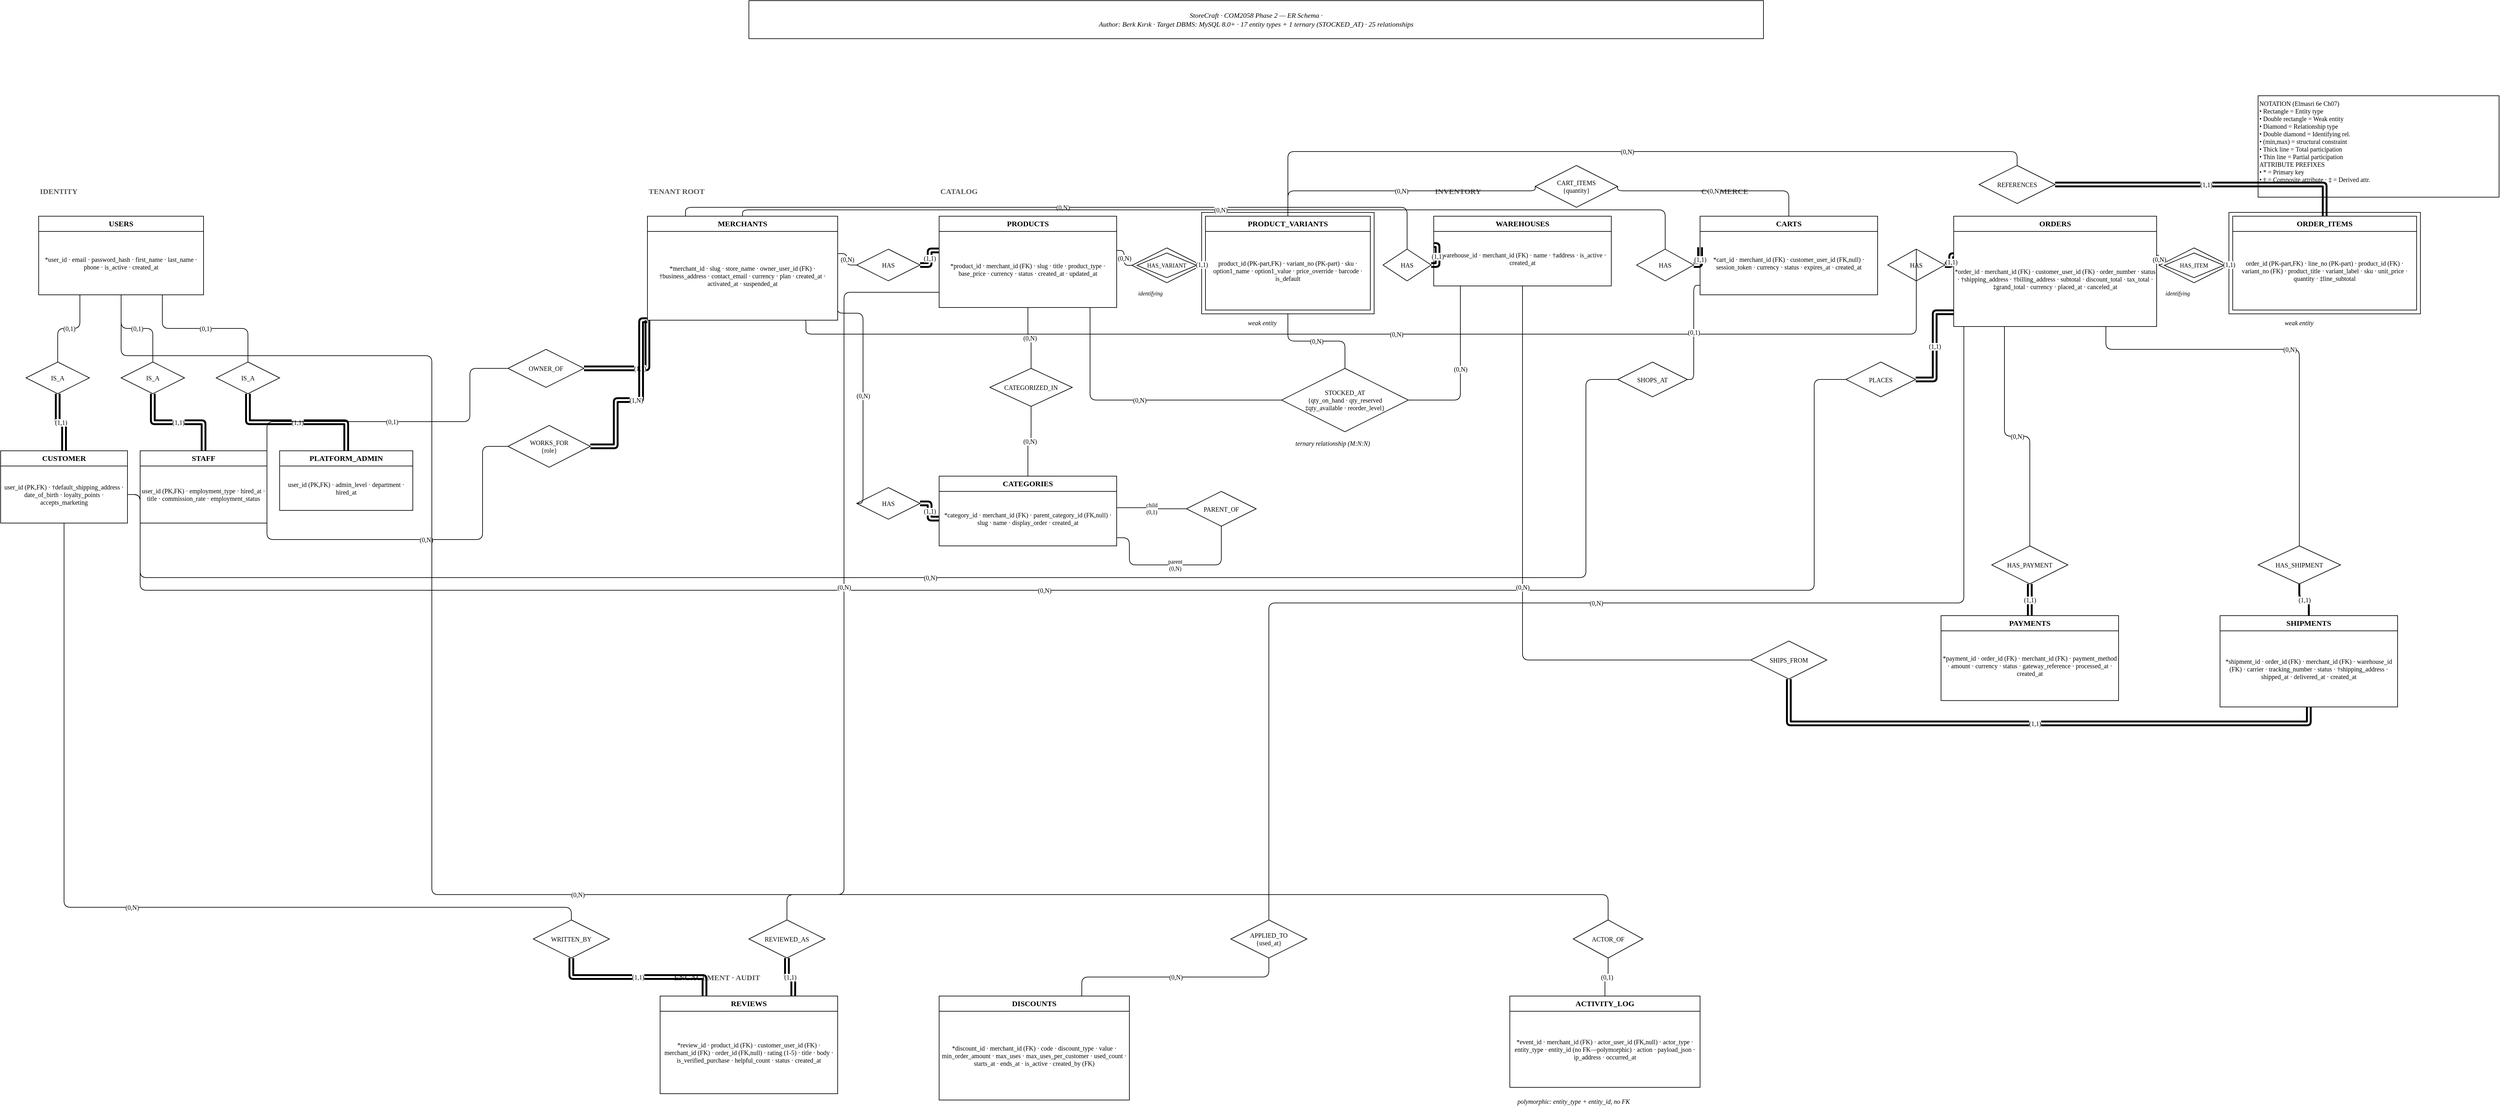
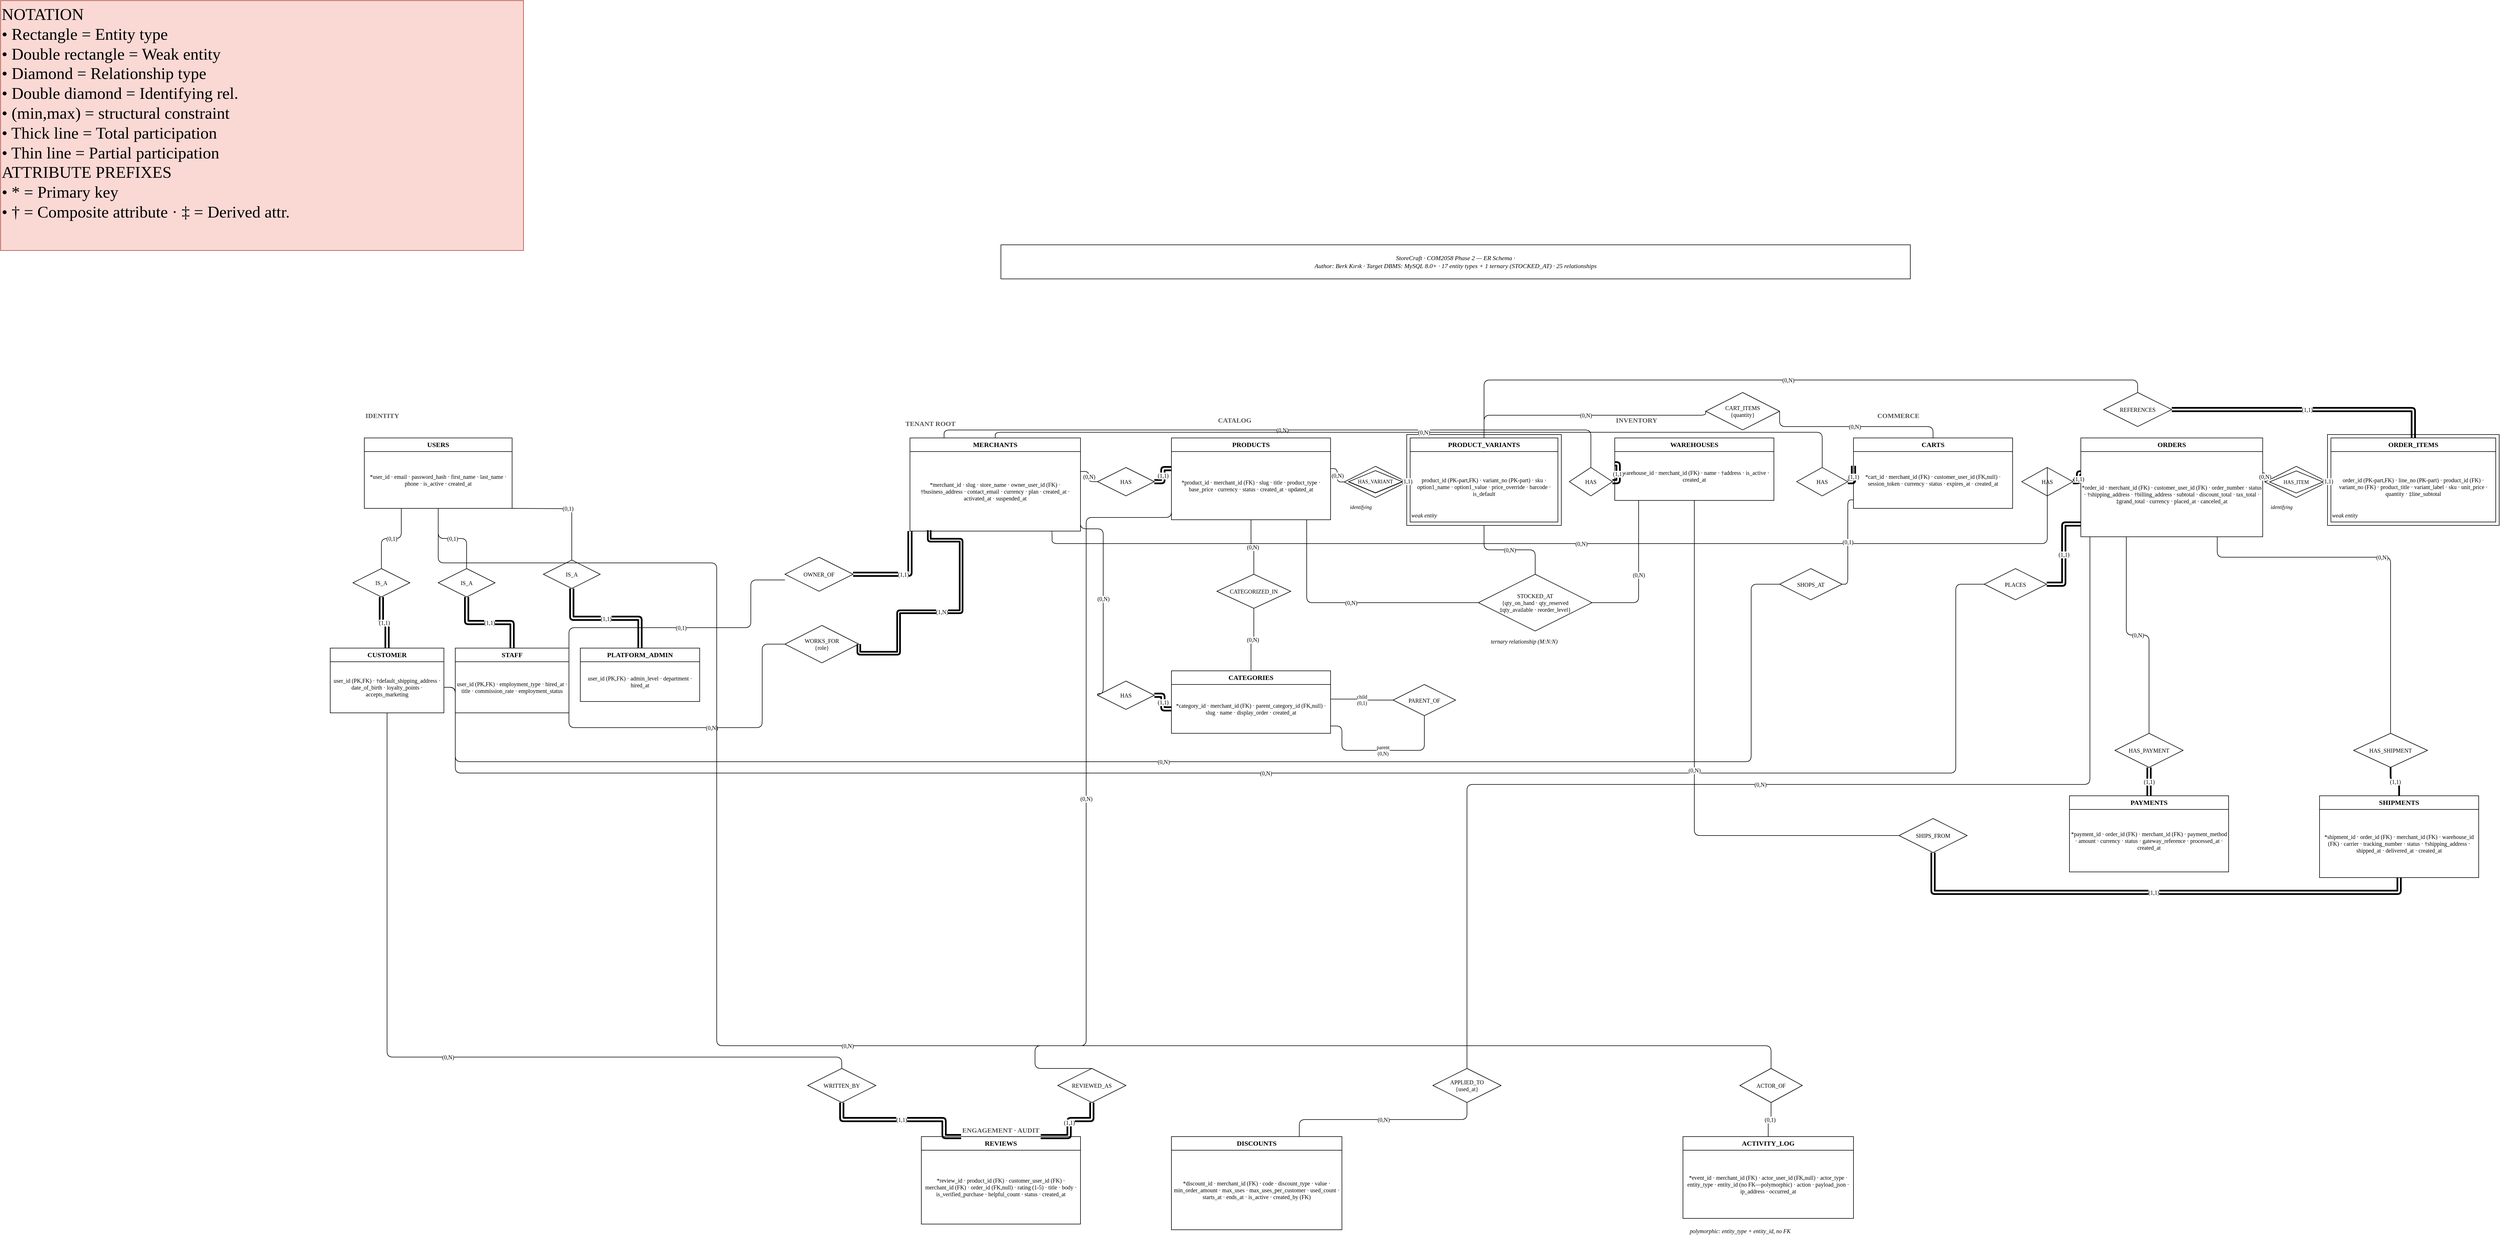
- <mxfile host="drawio-plugin" modified="2026-04-23T12:27:12.647Z" agent="Mozilla/5.0 (Macintosh; Intel Mac OS X 10_15_7) AppleWebKit/537.36 (KHTML, like Gecko) Chrome/137.0.0.0 Safari/537.36" etag="ZQdCOdI5iiJAoO4rLosM" version="22.1.22" type="embed">
+ <mxfile host="drawio-plugin" modified="2026-04-25T19:42:41.586Z" agent="Mozilla/5.0 (Macintosh; Intel Mac OS X 10_15_7) AppleWebKit/537.36 (KHTML, like Gecko) Chrome/137.0.0.0 Safari/537.36" etag="2KdTqELFp_rWn3qyK1-b" version="22.1.22" type="embed">
  <diagram name="1 · ER Schema" id="storecraft-er">
-     <mxGraphModel dx="6180" dy="2247" grid="1" gridSize="10" guides="1" tooltips="1" connect="1" arrows="1" fold="1" page="1" pageScale="1" pageWidth="5000" pageHeight="2600" math="0" shadow="0">
+     <mxGraphModel dx="646" dy="378" grid="1" gridSize="10" guides="1" tooltips="1" connect="1" arrows="1" fold="1" page="1" pageScale="1" pageWidth="5000" pageHeight="2600" math="0" shadow="0">
      <root>
        <mxCell id="0" />
        <mxCell id="1" parent="0" />
-         <mxCell id="p1_legend" value="NOTATION (Elmasri 6e Ch07)&#xa;• Rectangle = Entity type&#xa;• Double rectangle = Weak entity&#xa;• Diamond = Relationship type&#xa;• Double diamond = Identifying rel.&#xa;• (min,max) = structural constraint&#xa;• Thick line = Total participation&#xa;• Thin line = Partial participation&#xa;ATTRIBUTE PREFIXES&#xa;• * = Primary key&#xa;• † = Composite attribute · ‡ = Derived attr." style="text;html=1;strokeColor=#000000;fillColor=#ffffff;align=left;verticalAlign=top;whiteSpace=wrap;rounded=0;fontSize=10;fontFamily=Times New Roman" parent="1" vertex="1">
-           <mxGeometry x="4200" y="700" width="380" height="160" as="geometry" />
+         <mxCell id="p1_legend" value="&lt;font style=&quot;font-size: 29px;&quot;&gt;NOTATION&amp;nbsp;&lt;br&gt;• Rectangle = Entity type&lt;br&gt;• Double rectangle = Weak entity&lt;br&gt;• Diamond = Relationship type&lt;br&gt;• Double diamond = Identifying rel.&lt;br&gt;• (min,max) = structural constraint&lt;br&gt;• Thick line = Total participation&lt;br&gt;• Thin line = Partial participation&lt;br&gt;ATTRIBUTE PREFIXES&lt;br&gt;• * = Primary key&lt;br&gt;• † = Composite attribute · ‡ = Derived attr.&lt;/font&gt;" style="text;html=1;strokeColor=#ae4132;fillColor=#fad9d5;align=left;verticalAlign=top;whiteSpace=wrap;rounded=0;fontSize=10;fontFamily=Times New Roman" parent="1" vertex="1">
+           <mxGeometry x="60" y="120" width="920" height="440" as="geometry" />
        </mxCell>
        <mxCell id="p1_footer" value="StoreCraft · COM2058 Phase 2 — ER Schema ·&lt;br&gt;Author: Berk Kırık · Target DBMS: MySQL 8.0+ · 17 entity types + 1 ternary (STOCKED_AT) · 25 relationships" style="text;html=1;strokeColor=#000000;fillColor=#ffffff;align=center;verticalAlign=middle;whiteSpace=wrap;rounded=0;fontSize=11;fontStyle=2;fontFamily=Times New Roman" parent="1" vertex="1">
          <mxGeometry x="1820" y="550" width="1600" height="60" as="geometry" />
        </mxCell>
        <mxCell id="zone_identity" value="IDENTITY" style="text;html=1;strokeColor=none;fillColor=none;align=left;verticalAlign=middle;fontSize=12;fontStyle=1;fontFamily=Times New Roman;fontColor=#555555" parent="1" vertex="1">
          <mxGeometry x="700" y="840" width="200" height="22" as="geometry" />
        </mxCell>
        <mxCell id="zone_tenant" value="TENANT ROOT" style="text;html=1;strokeColor=none;fillColor=none;align=left;verticalAlign=middle;fontSize=12;fontStyle=1;fontFamily=Times New Roman;fontColor=#555555" parent="1" vertex="1">
-           <mxGeometry x="1660" y="840" width="200" height="22" as="geometry" />
+           <mxGeometry x="1650" y="854" width="200" height="22" as="geometry" />
        </mxCell>
        <mxCell id="zone_catalog" value="CATALOG" style="text;html=1;strokeColor=none;fillColor=none;align=left;verticalAlign=middle;fontSize=12;fontStyle=1;fontFamily=Times New Roman;fontColor=#555555" parent="1" vertex="1">
-           <mxGeometry x="2120" y="840" width="200" height="22" as="geometry" />
+           <mxGeometry x="2200" y="848" width="200" height="22" as="geometry" />
        </mxCell>
        <mxCell id="zone_inventory" value="INVENTORY" style="text;html=1;strokeColor=none;fillColor=none;align=left;verticalAlign=middle;fontSize=12;fontStyle=1;fontFamily=Times New Roman;fontColor=#555555" parent="1" vertex="1">
-           <mxGeometry x="2900" y="840" width="200" height="22" as="geometry" />
+           <mxGeometry x="2900" y="848" width="200" height="22" as="geometry" />
        </mxCell>
        <mxCell id="zone_commerce" value="COMMERCE" style="text;html=1;strokeColor=none;fillColor=none;align=left;verticalAlign=middle;fontSize=12;fontStyle=1;fontFamily=Times New Roman;fontColor=#555555" parent="1" vertex="1">
-           <mxGeometry x="3320" y="840" width="200" height="22" as="geometry" />
+           <mxGeometry x="3360" y="840" width="200" height="22" as="geometry" />
        </mxCell>
        <mxCell id="zone_engagement" value="ENGAGEMENT · AUDIT" style="text;html=1;strokeColor=none;fillColor=none;align=left;verticalAlign=middle;fontSize=12;fontStyle=1;fontFamily=Times New Roman;fontColor=#555555" parent="1" vertex="1">
-           <mxGeometry x="1700" y="2080" width="300" height="22" as="geometry" />
+           <mxGeometry x="1750" y="2098" width="300" height="22" as="geometry" />
        </mxCell>
        <mxCell id="e_users_title" value="USERS" style="rounded=0;whiteSpace=wrap;html=1;fillColor=#ffffff;strokeColor=#000000;fontStyle=1;fontSize=12;align=center;verticalAlign=middle;fontFamily=Times New Roman" parent="1" vertex="1">
          <mxGeometry x="700" y="890" width="260" height="24" as="geometry" />
        </mxCell>
        <mxCell id="e_users" value="*user_id · email · password_hash · first_name · last_name · phone · is_active · created_at" style="rounded=0;whiteSpace=wrap;html=1;fillColor=#ffffff;strokeColor=#000000;fontSize=10;align=center;verticalAlign=middle;fontFamily=Times New Roman" parent="1" vertex="1">
          <mxGeometry x="700" y="914" width="260" height="100" as="geometry" />
        </mxCell>
        <mxCell id="e_merch_title" value="MERCHANTS" style="rounded=0;whiteSpace=wrap;html=1;fillColor=#ffffff;strokeColor=#000000;fontStyle=1;fontSize=12;align=center;verticalAlign=middle;fontFamily=Times New Roman" parent="1" vertex="1">
          <mxGeometry x="1660" y="890" width="300" height="24" as="geometry" />
        </mxCell>
        <mxCell id="e_merch" value="*merchant_id · slug · store_name · owner_user_id (FK) · †business_address · contact_email · currency · plan · created_at · activated_at · suspended_at" style="rounded=0;whiteSpace=wrap;html=1;fillColor=#ffffff;strokeColor=#000000;fontSize=10;align=center;verticalAlign=middle;fontFamily=Times New Roman" parent="1" vertex="1">
          <mxGeometry x="1660" y="914" width="300" height="140" as="geometry" />
        </mxCell>
        <mxCell id="e_prod_title" value="PRODUCTS" style="rounded=0;whiteSpace=wrap;html=1;fillColor=#ffffff;strokeColor=#000000;fontStyle=1;fontSize=12;align=center;verticalAlign=middle;fontFamily=Times New Roman" parent="1" vertex="1">
          <mxGeometry x="2120" y="890" width="280" height="24" as="geometry" />
        </mxCell>
        <mxCell id="e_prod" value="*product_id · merchant_id (FK) · slug · title · product_type · base_price · currency · status · created_at · updated_at" style="rounded=0;whiteSpace=wrap;html=1;fillColor=#ffffff;strokeColor=#000000;fontSize=10;align=center;verticalAlign=middle;fontFamily=Times New Roman" parent="1" vertex="1">
          <mxGeometry x="2120" y="914" width="280" height="120" as="geometry" />
        </mxCell>
        <mxCell id="e_pv_outer" value="" style="rounded=0;whiteSpace=wrap;html=1;fillColor=none;strokeColor=#000000;strokeWidth=1" parent="1" vertex="1">
          <mxGeometry x="2534" y="884" width="272" height="160" as="geometry" />
        </mxCell>
        <mxCell id="e_pv_title" value="PRODUCT_VARIANTS" style="rounded=0;whiteSpace=wrap;html=1;fillColor=#ffffff;strokeColor=#000000;fontStyle=1;fontSize=12;align=center;verticalAlign=middle;fontFamily=Times New Roman" parent="1" vertex="1">
          <mxGeometry x="2540" y="890" width="260" height="24" as="geometry" />
        </mxCell>
        <mxCell id="e_pv" value="product_id (PK-part,FK) · variant_no (PK-part) · sku · option1_name · option1_value · price_override · barcode · is_default" style="rounded=0;whiteSpace=wrap;html=1;fillColor=#ffffff;strokeColor=#000000;fontSize=10;align=center;verticalAlign=middle;fontFamily=Times New Roman" parent="1" vertex="1">
          <mxGeometry x="2540" y="914" width="260" height="124" as="geometry" />
        </mxCell>
        <mxCell id="p1_pv_lbl" value="weak entity" style="text;html=1;strokeColor=none;fillColor=none;fontSize=10;fontStyle=2;fontFamily=Times New Roman" parent="1" vertex="1">
-           <mxGeometry x="2605" y="1046" width="130" height="20" as="geometry" />
+           <mxGeometry x="2540" y="1014" width="130" height="20" as="geometry" />
        </mxCell>
        <mxCell id="e_wh_title" value="WAREHOUSES" style="rounded=0;whiteSpace=wrap;html=1;fillColor=#ffffff;strokeColor=#000000;fontStyle=1;fontSize=12;align=center;verticalAlign=middle;fontFamily=Times New Roman" parent="1" vertex="1">
          <mxGeometry x="2900" y="890" width="280" height="24" as="geometry" />
        </mxCell>
        <mxCell id="e_wh" value="*warehouse_id · merchant_id (FK) · name · †address · is_active · created_at" style="rounded=0;whiteSpace=wrap;html=1;fillColor=#ffffff;strokeColor=#000000;fontSize=10;align=center;verticalAlign=middle;fontFamily=Times New Roman" parent="1" vertex="1">
          <mxGeometry x="2900" y="914" width="280" height="86" as="geometry" />
        </mxCell>
        <mxCell id="e_cart_title" value="CARTS" style="rounded=0;whiteSpace=wrap;html=1;fillColor=#ffffff;strokeColor=#000000;fontStyle=1;fontSize=12;align=center;verticalAlign=middle;fontFamily=Times New Roman" parent="1" vertex="1">
          <mxGeometry x="3320" y="890" width="280" height="24" as="geometry" />
        </mxCell>
        <mxCell id="e_cart" value="*cart_id · merchant_id (FK) · customer_user_id (FK,null) · session_token · currency · status · expires_at · created_at" style="rounded=0;whiteSpace=wrap;html=1;fillColor=#ffffff;strokeColor=#000000;fontSize=10;align=center;verticalAlign=middle;fontFamily=Times New Roman" parent="1" vertex="1">
          <mxGeometry x="3320" y="914" width="280" height="100" as="geometry" />
        </mxCell>
        <mxCell id="e_ord_title" value="ORDERS" style="rounded=0;whiteSpace=wrap;html=1;fillColor=#ffffff;strokeColor=#000000;fontStyle=1;fontSize=12;align=center;verticalAlign=middle;fontFamily=Times New Roman" parent="1" vertex="1">
          <mxGeometry x="3720" y="890" width="320" height="24" as="geometry" />
        </mxCell>
        <mxCell id="e_ord" value="*order_id · merchant_id (FK) · customer_user_id (FK) · order_number · status · †shipping_address · †billing_address · subtotal · discount_total · tax_total · ‡grand_total · currency · placed_at · canceled_at" style="rounded=0;whiteSpace=wrap;html=1;fillColor=#ffffff;strokeColor=#000000;fontSize=10;align=center;verticalAlign=middle;fontFamily=Times New Roman" parent="1" vertex="1">
          <mxGeometry x="3720" y="914" width="320" height="150" as="geometry" />
        </mxCell>
        <mxCell id="e_oi_outer" value="" style="rounded=0;whiteSpace=wrap;html=1;fillColor=none;strokeColor=#000000;strokeWidth=1" parent="1" vertex="1">
          <mxGeometry x="4154" y="884" width="302" height="160" as="geometry" />
        </mxCell>
        <mxCell id="e_oi_title" value="ORDER_ITEMS" style="rounded=0;whiteSpace=wrap;html=1;fillColor=#ffffff;strokeColor=#000000;fontStyle=1;fontSize=12;align=center;verticalAlign=middle;fontFamily=Times New Roman" parent="1" vertex="1">
          <mxGeometry x="4160" y="890" width="290" height="24" as="geometry" />
        </mxCell>
        <mxCell id="e_oi" value="order_id (PK-part,FK) · line_no (PK-part) · product_id (FK) · variant_no (FK) · product_title · variant_label · sku · unit_price · quantity · ‡line_subtotal" style="rounded=0;whiteSpace=wrap;html=1;fillColor=#ffffff;strokeColor=#000000;fontSize=10;align=center;verticalAlign=middle;fontFamily=Times New Roman" parent="1" vertex="1">
          <mxGeometry x="4160" y="914" width="290" height="124" as="geometry" />
        </mxCell>
        <mxCell id="p1_oi_lbl" value="weak entity" style="text;html=1;strokeColor=none;fillColor=none;fontSize=10;fontStyle=2;fontFamily=Times New Roman" parent="1" vertex="1">
-           <mxGeometry x="4240" y="1046" width="130" height="20" as="geometry" />
+           <mxGeometry x="4160" y="1014" width="130" height="20" as="geometry" />
        </mxCell>
        <mxCell id="r_hasprod" value="HAS" style="rhombus;whiteSpace=wrap;html=1;fillColor=#ffffff;strokeColor=#000000;fontSize=10;fontFamily=Times New Roman" parent="1" vertex="1">
          <mxGeometry x="1990" y="942" width="100" height="50" as="geometry" />
        </mxCell>
        <mxCell id="r_hasvar_outer" value="" style="rhombus;whiteSpace=wrap;html=1;fillColor=none;strokeColor=#000000;strokeWidth=1" parent="1" vertex="1">
          <mxGeometry x="2424" y="940" width="110" height="55" as="geometry" />
        </mxCell>
        <mxCell id="r_hasvar_inner" value="HAS_VARIANT" style="rhombus;whiteSpace=wrap;html=1;fillColor=#ffffff;strokeColor=#000000;fontSize=9;fontFamily=Times New Roman" parent="1" vertex="1">
          <mxGeometry x="2432" y="948" width="94" height="39" as="geometry" />
        </mxCell>
        <mxCell id="p1_hasvar_lbl" value="identifying" style="text;html=1;strokeColor=none;fillColor=none;fontSize=9;fontStyle=2;fontFamily=Times New Roman" parent="1" vertex="1">
          <mxGeometry x="2432" y="1000" width="100" height="20" as="geometry" />
        </mxCell>
        <mxCell id="r_haswh" value="HAS" style="rhombus;whiteSpace=wrap;html=1;fillColor=#ffffff;strokeColor=#000000;fontSize=10;fontFamily=Times New Roman" parent="1" vertex="1">
          <mxGeometry x="2820" y="942" width="76" height="50" as="geometry" />
        </mxCell>
        <mxCell id="r_hascart" value="HAS" style="rhombus;whiteSpace=wrap;html=1;fillColor=#ffffff;strokeColor=#000000;fontSize=10;fontFamily=Times New Roman" parent="1" vertex="1">
          <mxGeometry x="3220" y="942" width="90" height="50" as="geometry" />
        </mxCell>
        <mxCell id="r_hasorder" value="HAS" style="rhombus;whiteSpace=wrap;html=1;fillColor=#ffffff;strokeColor=#000000;fontSize=10;fontFamily=Times New Roman" parent="1" vertex="1">
          <mxGeometry x="3616" y="942" width="90" height="50" as="geometry" />
        </mxCell>
        <mxCell id="r_hasitem_outer" value="" style="rhombus;whiteSpace=wrap;html=1;fillColor=none;strokeColor=#000000;strokeWidth=1" parent="1" vertex="1">
          <mxGeometry x="4044" y="940" width="110" height="55" as="geometry" />
        </mxCell>
        <mxCell id="r_hasitem_inner" value="HAS_ITEM" style="rhombus;whiteSpace=wrap;html=1;fillColor=#ffffff;strokeColor=#000000;fontSize=9;fontFamily=Times New Roman" parent="1" vertex="1">
          <mxGeometry x="4052" y="948" width="94" height="39" as="geometry" />
        </mxCell>
        <mxCell id="p1_hasitem_lbl" value="identifying" style="text;html=1;strokeColor=none;fillColor=none;fontSize=9;fontStyle=2;fontFamily=Times New Roman" parent="1" vertex="1">
          <mxGeometry x="4052" y="1000" width="100" height="20" as="geometry" />
        </mxCell>
        <mxCell id="r_isa_cust" value="IS_A" style="rhombus;whiteSpace=wrap;html=1;fillColor=#ffffff;strokeColor=#000000;fontSize=10;fontFamily=Times New Roman" parent="1" vertex="1">
          <mxGeometry x="680" y="1120" width="100" height="50" as="geometry" />
        </mxCell>
        <mxCell id="r_isa_staff" value="IS_A" style="rhombus;whiteSpace=wrap;html=1;fillColor=#ffffff;strokeColor=#000000;fontSize=10;fontFamily=Times New Roman" parent="1" vertex="1">
          <mxGeometry x="830" y="1120" width="100" height="50" as="geometry" />
        </mxCell>
        <mxCell id="r_isa_pa" value="IS_A" style="rhombus;whiteSpace=wrap;html=1;fillColor=#ffffff;strokeColor=#000000;fontSize=10;fontFamily=Times New Roman" parent="1" vertex="1">
-           <mxGeometry x="980" y="1120" width="100" height="50" as="geometry" />
+           <mxGeometry x="1015" y="1105" width="100" height="50" as="geometry" />
        </mxCell>
        <mxCell id="e_cust_title" value="CUSTOMER" style="rounded=0;whiteSpace=wrap;html=1;fillColor=#ffffff;strokeColor=#000000;fontStyle=1;fontSize=12;align=center;verticalAlign=middle;fontFamily=Times New Roman" parent="1" vertex="1">
          <mxGeometry x="640" y="1260" width="200" height="24" as="geometry" />
        </mxCell>
        <mxCell id="e_cust" value="user_id (PK,FK) · †default_shipping_address · date_of_birth · loyalty_points · accepts_marketing" style="rounded=0;whiteSpace=wrap;html=1;fillColor=#ffffff;strokeColor=#000000;fontSize=10;align=center;verticalAlign=middle;fontFamily=Times New Roman" parent="1" vertex="1">
          <mxGeometry x="640" y="1284" width="200" height="90" as="geometry" />
        </mxCell>
        <mxCell id="e_staff_title" value="STAFF" style="rounded=0;whiteSpace=wrap;html=1;fillColor=#ffffff;strokeColor=#000000;fontStyle=1;fontSize=12;align=center;verticalAlign=middle;fontFamily=Times New Roman" parent="1" vertex="1">
          <mxGeometry x="860" y="1260" width="200" height="24" as="geometry" />
        </mxCell>
        <mxCell id="e_staff" value="user_id (PK,FK) · employment_type · hired_at · title · commission_rate · employment_status" style="rounded=0;whiteSpace=wrap;html=1;fillColor=#ffffff;strokeColor=#000000;fontSize=10;align=center;verticalAlign=middle;fontFamily=Times New Roman" parent="1" vertex="1">
          <mxGeometry x="860" y="1284" width="200" height="90" as="geometry" />
        </mxCell>
        <mxCell id="e_pa_title" value="PLATFORM_ADMIN" style="rounded=0;whiteSpace=wrap;html=1;fillColor=#ffffff;strokeColor=#000000;fontStyle=1;fontSize=12;align=center;verticalAlign=middle;fontFamily=Times New Roman" parent="1" vertex="1">
          <mxGeometry x="1080" y="1260" width="210" height="24" as="geometry" />
        </mxCell>
        <mxCell id="e_pa" value="user_id (PK,FK) · admin_level · department · hired_at" style="rounded=0;whiteSpace=wrap;html=1;fillColor=#ffffff;strokeColor=#000000;fontSize=10;align=center;verticalAlign=middle;fontFamily=Times New Roman" parent="1" vertex="1">
          <mxGeometry x="1080" y="1284" width="210" height="70" as="geometry" />
        </mxCell>
        <mxCell id="r_ownerof" value="OWNER_OF" style="rhombus;whiteSpace=wrap;html=1;fillColor=#ffffff;strokeColor=#000000;fontSize=10;fontFamily=Times New Roman" parent="1" vertex="1">
          <mxGeometry x="1440" y="1100" width="120" height="60" as="geometry" />
        </mxCell>
        <mxCell id="r_worksfor" value="WORKS_FOR&#xa;{role}" style="rhombus;whiteSpace=wrap;html=1;fillColor=#ffffff;strokeColor=#000000;fontSize=10;fontFamily=Times New Roman" parent="1" vertex="1">
          <mxGeometry x="1440" y="1220" width="130" height="66" as="geometry" />
        </mxCell>
        <mxCell id="r_catin" value="CATEGORIZED_IN" style="rhombus;whiteSpace=wrap;html=1;fillColor=#ffffff;strokeColor=#000000;fontSize=10;fontFamily=Times New Roman" parent="1" vertex="1">
          <mxGeometry x="2200" y="1130" width="130" height="60" as="geometry" />
        </mxCell>
        <mxCell id="r_hascat" value="HAS" style="rhombus;whiteSpace=wrap;html=1;fillColor=#ffffff;strokeColor=#000000;fontSize=10;fontFamily=Times New Roman" parent="1" vertex="1">
          <mxGeometry x="1990" y="1318" width="100" height="50" as="geometry" />
        </mxCell>
        <mxCell id="e_cat_title" value="CATEGORIES" style="rounded=0;whiteSpace=wrap;html=1;fillColor=#ffffff;strokeColor=#000000;fontStyle=1;fontSize=12;align=center;verticalAlign=middle;fontFamily=Times New Roman" parent="1" vertex="1">
          <mxGeometry x="2120" y="1300" width="280" height="24" as="geometry" />
        </mxCell>
        <mxCell id="e_cat" value="*category_id · merchant_id (FK) · parent_category_id (FK,null) · slug · name · display_order · created_at" style="rounded=0;whiteSpace=wrap;html=1;fillColor=#ffffff;strokeColor=#000000;fontSize=10;align=center;verticalAlign=middle;fontFamily=Times New Roman" parent="1" vertex="1">
          <mxGeometry x="2120" y="1324" width="280" height="86" as="geometry" />
        </mxCell>
        <mxCell id="r_parentof" value="PARENT_OF" style="rhombus;whiteSpace=wrap;html=1;fillColor=#ffffff;strokeColor=#000000;fontSize=10;fontFamily=Times New Roman" parent="1" vertex="1">
          <mxGeometry x="2510" y="1324" width="110" height="55" as="geometry" />
        </mxCell>
        <mxCell id="r_stocked" value="STOCKED_AT&#xa;{qty_on_hand · qty_reserved&#xa;‡qty_available · reorder_level}" style="rhombus;whiteSpace=wrap;html=1;fillColor=#ffffff;strokeColor=#000000;fontSize=10;fontFamily=Times New Roman" parent="1" vertex="1">
          <mxGeometry x="2660" y="1130" width="200" height="100" as="geometry" />
        </mxCell>
        <mxCell id="p1_stocked_lbl" value="ternary relationship (M:N:N)" style="text;html=1;strokeColor=none;fillColor=none;fontSize=10;fontStyle=2;fontFamily=Times New Roman" parent="1" vertex="1">
          <mxGeometry x="2680" y="1236" width="180" height="20" as="geometry" />
        </mxCell>
        <mxCell id="r_ownscart" value="SHOPS_AT" style="rhombus;whiteSpace=wrap;html=1;fillColor=#ffffff;strokeColor=#000000;fontSize=10;fontFamily=Times New Roman" parent="1" vertex="1">
          <mxGeometry x="3190" y="1120" width="110" height="55" as="geometry" />
        </mxCell>
        <mxCell id="r_places" value="PLACES" style="rhombus;whiteSpace=wrap;html=1;fillColor=#ffffff;strokeColor=#000000;fontSize=10;fontFamily=Times New Roman" parent="1" vertex="1">
          <mxGeometry x="3550" y="1120" width="110" height="55" as="geometry" />
        </mxCell>
        <mxCell id="r_cartitems" value="CART_ITEMS&#xa;{quantity}" style="rhombus;whiteSpace=wrap;html=1;fillColor=#ffffff;strokeColor=#000000;fontSize=10;fontFamily=Times New Roman" parent="1" vertex="1">
          <mxGeometry x="3060" y="810" width="130" height="66" as="geometry" />
        </mxCell>
        <mxCell id="r_refsvar" value="REFERENCES" style="rhombus;whiteSpace=wrap;html=1;fillColor=#ffffff;strokeColor=#000000;fontSize=10;fontFamily=Times New Roman" parent="1" vertex="1">
          <mxGeometry x="3760" y="810" width="120" height="60" as="geometry" />
        </mxCell>
        <mxCell id="r_haspay" value="HAS_PAYMENT" style="rhombus;whiteSpace=wrap;html=1;fillColor=#ffffff;strokeColor=#000000;fontSize=10;fontFamily=Times New Roman" parent="1" vertex="1">
          <mxGeometry x="3780" y="1410" width="120" height="60" as="geometry" />
        </mxCell>
        <mxCell id="r_hasship" value="HAS_SHIPMENT" style="rhombus;whiteSpace=wrap;html=1;fillColor=#ffffff;strokeColor=#000000;fontSize=10;fontFamily=Times New Roman" parent="1" vertex="1">
          <mxGeometry x="4200" y="1410" width="130" height="60" as="geometry" />
        </mxCell>
        <mxCell id="e_pay_title" value="PAYMENTS" style="rounded=0;whiteSpace=wrap;html=1;fillColor=#ffffff;strokeColor=#000000;fontStyle=1;fontSize=12;align=center;verticalAlign=middle;fontFamily=Times New Roman" parent="1" vertex="1">
          <mxGeometry x="3700" y="1520" width="280" height="24" as="geometry" />
        </mxCell>
        <mxCell id="e_pay" value="*payment_id · order_id (FK) · merchant_id (FK) · payment_method · amount · currency · status · gateway_reference · processed_at · created_at" style="rounded=0;whiteSpace=wrap;html=1;fillColor=#ffffff;strokeColor=#000000;fontSize=10;align=center;verticalAlign=middle;fontFamily=Times New Roman" parent="1" vertex="1">
          <mxGeometry x="3700" y="1544" width="280" height="110" as="geometry" />
        </mxCell>
        <mxCell id="e_ship_title" value="SHIPMENTS" style="rounded=0;whiteSpace=wrap;html=1;fillColor=#ffffff;strokeColor=#000000;fontStyle=1;fontSize=12;align=center;verticalAlign=middle;fontFamily=Times New Roman" parent="1" vertex="1">
          <mxGeometry x="4140" y="1520" width="280" height="24" as="geometry" />
        </mxCell>
        <mxCell id="e_ship" value="*shipment_id · order_id (FK) · merchant_id (FK) · warehouse_id (FK) · carrier · tracking_number · status · †shipping_address · shipped_at · delivered_at · created_at" style="rounded=0;whiteSpace=wrap;html=1;fillColor=#ffffff;strokeColor=#000000;fontSize=10;align=center;verticalAlign=middle;fontFamily=Times New Roman" parent="1" vertex="1">
          <mxGeometry x="4140" y="1544" width="280" height="120" as="geometry" />
        </mxCell>
        <mxCell id="r_shipsfrom" value="SHIPS_FROM" style="rhombus;whiteSpace=wrap;html=1;fillColor=#ffffff;strokeColor=#000000;fontSize=10;fontFamily=Times New Roman" parent="1" vertex="1">
          <mxGeometry x="3400" y="1560" width="120" height="60" as="geometry" />
        </mxCell>
        <mxCell id="r_about" value="REVIEWED_AS" style="rhombus;whiteSpace=wrap;html=1;fillColor=#ffffff;strokeColor=#000000;fontSize=10;fontFamily=Times New Roman" parent="1" vertex="1">
-           <mxGeometry x="1820" y="2000" width="120" height="60" as="geometry" />
+           <mxGeometry x="1920" y="2000" width="120" height="60" as="geometry" />
        </mxCell>
        <mxCell id="r_writtenby" value="WRITTEN_BY" style="rhombus;whiteSpace=wrap;html=1;fillColor=#ffffff;strokeColor=#000000;fontSize=10;fontFamily=Times New Roman" parent="1" vertex="1">
          <mxGeometry x="1480" y="2000" width="120" height="60" as="geometry" />
        </mxCell>
        <mxCell id="e_rev_title" value="REVIEWS" style="rounded=0;whiteSpace=wrap;html=1;fillColor=#ffffff;strokeColor=#000000;fontStyle=1;fontSize=12;align=center;verticalAlign=middle;fontFamily=Times New Roman" parent="1" vertex="1">
          <mxGeometry x="1680" y="2120" width="280" height="24" as="geometry" />
        </mxCell>
        <mxCell id="e_rev" value="*review_id · product_id (FK) · customer_user_id (FK) · merchant_id (FK) · order_id (FK,null) · rating (1-5) · title · body · is_verified_purchase · helpful_count · status · created_at" style="rounded=0;whiteSpace=wrap;html=1;fillColor=#ffffff;strokeColor=#000000;fontSize=10;align=center;verticalAlign=middle;fontFamily=Times New Roman" parent="1" vertex="1">
          <mxGeometry x="1680" y="2144" width="280" height="130" as="geometry" />
        </mxCell>
        <mxCell id="e_disc_title" value="DISCOUNTS" style="rounded=0;whiteSpace=wrap;html=1;fillColor=#ffffff;strokeColor=#000000;fontStyle=1;fontSize=12;align=center;verticalAlign=middle;fontFamily=Times New Roman" parent="1" vertex="1">
          <mxGeometry x="2120" y="2120" width="300" height="24" as="geometry" />
        </mxCell>
        <mxCell id="e_disc" value="*discount_id · merchant_id (FK) · code · discount_type · value · min_order_amount · max_uses · max_uses_per_customer · used_count · starts_at · ends_at · is_active · created_by (FK)" style="rounded=0;whiteSpace=wrap;html=1;fillColor=#ffffff;strokeColor=#000000;fontSize=10;align=center;verticalAlign=middle;fontFamily=Times New Roman" parent="1" vertex="1">
          <mxGeometry x="2120" y="2144" width="300" height="140" as="geometry" />
        </mxCell>
        <mxCell id="r_applied" value="APPLIED_TO&#xa;{used_at}" style="rhombus;whiteSpace=wrap;html=1;fillColor=#ffffff;strokeColor=#000000;fontSize=10;fontFamily=Times New Roman" parent="1" vertex="1">
          <mxGeometry x="2580" y="2000" width="120" height="60" as="geometry" />
        </mxCell>
        <mxCell id="e_log_title" value="ACTIVITY_LOG" style="rounded=0;whiteSpace=wrap;html=1;fillColor=#ffffff;strokeColor=#000000;fontStyle=1;fontSize=12;align=center;verticalAlign=middle;fontFamily=Times New Roman" parent="1" vertex="1">
          <mxGeometry x="3020" y="2120" width="300" height="24" as="geometry" />
        </mxCell>
        <mxCell id="e_log" value="*event_id · merchant_id (FK) · actor_user_id (FK,null) · actor_type · entity_type · entity_id (no FK—polymorphic) · action · payload_json · ip_address · occurred_at" style="rounded=0;whiteSpace=wrap;html=1;fillColor=#ffffff;strokeColor=#000000;fontSize=10;align=center;verticalAlign=middle;fontFamily=Times New Roman" parent="1" vertex="1">
          <mxGeometry x="3020" y="2144" width="300" height="120" as="geometry" />
        </mxCell>
        <mxCell id="p1_poly_lbl" value="polymorphic: entity_type + entity_id, no FK" style="text;html=1;strokeColor=none;fillColor=none;fontSize=10;fontStyle=2;fontFamily=Times New Roman" parent="1" vertex="1">
          <mxGeometry x="3030" y="2274" width="280" height="20" as="geometry" />
        </mxCell>
        <mxCell id="r_logs" value="ACTOR_OF" style="rhombus;whiteSpace=wrap;html=1;fillColor=#ffffff;strokeColor=#000000;fontSize=10;fontFamily=Times New Roman" parent="1" vertex="1">
          <mxGeometry x="3120" y="2000" width="110" height="60" as="geometry" />
        </mxCell>
        <mxCell id="ed_users_isa_cust" value="(0,1)" style="endArrow=none;html=1;edgeStyle=orthogonalEdgeStyle;fontSize=10;strokeColor=#000000;fontFamily=Times New Roman;exitX=0.25;exitY=1;exitDx=0;exitDy=0;entryX=0.5;entryY=0;entryDx=0;entryDy=0;" parent="1" source="e_users" target="r_isa_cust" edge="1">
          <mxGeometry relative="1" as="geometry" />
        </mxCell>
        <mxCell id="ed_isa_cust_cust" value="(1,1)" style="endArrow=none;html=1;edgeStyle=orthogonalEdgeStyle;fontSize=10;strokeColor=#000000;fontFamily=Times New Roman;shape=link;exitX=0.5;exitY=1;exitDx=0;exitDy=0;entryX=0.5;entryY=0;entryDx=0;entryDy=0;strokeWidth=3;" parent="1" source="r_isa_cust" target="e_cust_title" edge="1">
          <mxGeometry relative="1" as="geometry" />
        </mxCell>
        <mxCell id="ed_users_isa_staff" value="(0,1)" style="endArrow=none;html=1;edgeStyle=orthogonalEdgeStyle;fontSize=10;strokeColor=#000000;fontFamily=Times New Roman;exitX=0.5;exitY=1;exitDx=0;exitDy=0;entryX=0.5;entryY=0;entryDx=0;entryDy=0;" parent="1" source="e_users" target="r_isa_staff" edge="1">
          <mxGeometry relative="1" as="geometry" />
        </mxCell>
        <mxCell id="ed_isa_staff_staff" value="(1,1)" style="endArrow=none;html=1;edgeStyle=orthogonalEdgeStyle;fontSize=10;strokeColor=#000000;fontFamily=Times New Roman;shape=link;exitX=0.5;exitY=1;exitDx=0;exitDy=0;entryX=0.5;entryY=0;entryDx=0;entryDy=0;strokeWidth=3;" parent="1" source="r_isa_staff" target="e_staff_title" edge="1">
          <mxGeometry relative="1" as="geometry" />
        </mxCell>
-         <mxCell id="ed_users_isa_pa" value="(0,1)" style="endArrow=none;html=1;edgeStyle=orthogonalEdgeStyle;fontSize=10;strokeColor=#000000;fontFamily=Times New Roman;exitX=0.75;exitY=1;exitDx=0;exitDy=0;entryX=0.5;entryY=0;entryDx=0;entryDy=0;" parent="1" source="e_users" target="r_isa_pa" edge="1">
-           <mxGeometry relative="1" as="geometry" />
+         <mxCell id="ed_users_isa_pa" value="(0,1)" style="endArrow=none;html=1;edgeStyle=orthogonalEdgeStyle;fontSize=10;strokeColor=#000000;fontFamily=Times New Roman;exitX=0.75;exitY=1;exitDx=0;exitDy=0;entryX=0.5;entryY=0;entryDx=0;entryDy=0;" parent="1" target="r_isa_pa" edge="1">
+           <mxGeometry relative="1" as="geometry">
+             <mxPoint x="960" y="1014" as="sourcePoint" />
+           </mxGeometry>
        </mxCell>
        <mxCell id="ed_isa_pa_pa" value="(1,1)" style="endArrow=none;html=1;edgeStyle=orthogonalEdgeStyle;fontSize=10;strokeColor=#000000;fontFamily=Times New Roman;shape=link;exitX=0.5;exitY=1;exitDx=0;exitDy=0;entryX=0.5;entryY=0;entryDx=0;entryDy=0;strokeWidth=3;" parent="1" source="r_isa_pa" target="e_pa_title" edge="1">
          <mxGeometry relative="1" as="geometry" />
        </mxCell>
-         <mxCell id="ed_staff_own" value="(0,1)" style="endArrow=none;html=1;edgeStyle=orthogonalEdgeStyle;fontSize=10;strokeColor=#000000;fontFamily=Times New Roman;exitX=1;exitY=0;exitDx=0;exitDy=0;entryX=0;entryY=0.5;entryDx=0;entryDy=0;" parent="1" source="e_staff" target="r_ownerof" edge="1">
-           <mxGeometry relative="1" as="geometry">
-             <Array as="points">
-               <mxPoint x="1060" y="1214" />
-               <mxPoint x="1380" y="1214" />
-               <mxPoint x="1380" y="1130" />
-             </Array>
+         <mxCell id="ed_staff_own" value="(0,1)" style="endArrow=none;html=1;edgeStyle=orthogonalEdgeStyle;fontSize=10;strokeColor=#000000;fontFamily=Times New Roman;exitX=1;exitY=0;exitDx=0;exitDy=0;entryX=0;entryY=0.5;entryDx=0;entryDy=0;" parent="1" edge="1">
+           <mxGeometry relative="1" as="geometry">
+             <Array as="points">
+               <mxPoint x="1060" y="1224" />
+               <mxPoint x="1380" y="1224" />
+               <mxPoint x="1380" y="1140" />
+             </Array>
+             <mxPoint x="1060" y="1294" as="sourcePoint" />
+             <mxPoint x="1440" y="1140" as="targetPoint" />
          </mxGeometry>
        </mxCell>
        <mxCell id="ed_own_merch" value="(1,1)" style="endArrow=none;html=1;edgeStyle=orthogonalEdgeStyle;fontSize=10;strokeColor=#000000;fontFamily=Times New Roman;shape=link;exitX=1;exitY=0.5;exitDx=0;exitDy=0;entryX=0;entryY=1;entryDx=0;entryDy=0;strokeWidth=3;" parent="1" source="r_ownerof" target="e_merch" edge="1">
          <mxGeometry relative="1" as="geometry" />
        </mxCell>
        <mxCell id="ed_staff_wf" value="(0,N)" style="endArrow=none;html=1;edgeStyle=orthogonalEdgeStyle;fontSize=10;strokeColor=#000000;fontFamily=Times New Roman;exitX=1;exitY=1;exitDx=0;exitDy=0;entryX=0;entryY=0.5;entryDx=0;entryDy=0;" parent="1" source="e_staff" target="r_worksfor" edge="1">
          <mxGeometry relative="1" as="geometry">
            <Array as="points">
              <mxPoint x="1060" y="1400" />
              <mxPoint x="1400" y="1400" />
              <mxPoint x="1400" y="1253" />
            </Array>
          </mxGeometry>
        </mxCell>
-         <mxCell id="ed_wf_merch" value="(1,N)" style="endArrow=none;html=1;edgeStyle=orthogonalEdgeStyle;fontSize=10;strokeColor=#000000;fontFamily=Times New Roman;shape=link;exitX=1;exitY=0.5;exitDx=0;exitDy=0;entryX=0;entryY=1;entryDx=0;entryDy=0;strokeWidth=3;" parent="1" source="r_worksfor" target="e_merch" edge="1">
-           <mxGeometry relative="1" as="geometry">
-             <Array as="points">
-               <mxPoint x="1610" y="1253" />
-               <mxPoint x="1610" y="1180" />
-               <mxPoint x="1650" y="1180" />
-             </Array>
+         <mxCell id="ed_wf_merch" value="(1,N)" style="endArrow=none;html=1;edgeStyle=orthogonalEdgeStyle;fontSize=10;strokeColor=#000000;fontFamily=Times New Roman;shape=link;exitX=1;exitY=0.5;exitDx=0;exitDy=0;entryX=0.113;entryY=0.989;entryDx=0;entryDy=0;strokeWidth=3;width=3;entryPerimeter=0;" parent="1" source="r_worksfor" target="e_merch" edge="1">
+           <mxGeometry relative="1" as="geometry">
+             <Array as="points">
+               <mxPoint x="1570" y="1269" />
+               <mxPoint x="1640" y="1269" />
+               <mxPoint x="1640" y="1196" />
+               <mxPoint x="1750" y="1196" />
+               <mxPoint x="1750" y="1070" />
+               <mxPoint x="1694" y="1070" />
+             </Array>
+             <mxPoint x="1600" y="1269" as="sourcePoint" />
+             <mxPoint x="1690" y="1070" as="targetPoint" />
          </mxGeometry>
        </mxCell>
        <mxCell id="ed_merch_hasprod" value="(0,N)" style="endArrow=none;html=1;edgeStyle=orthogonalEdgeStyle;fontSize=10;strokeColor=#000000;fontFamily=Times New Roman;exitX=1;exitY=0.25;exitDx=0;exitDy=0;entryX=0;entryY=0.5;entryDx=0;entryDy=0;" parent="1" source="e_merch" target="r_hasprod" edge="1">
          <mxGeometry relative="1" as="geometry" />
        </mxCell>
        <mxCell id="ed_hasprod_prod" value="(1,1)" style="endArrow=none;html=1;edgeStyle=orthogonalEdgeStyle;fontSize=10;strokeColor=#000000;fontFamily=Times New Roman;shape=link;exitX=1;exitY=0.5;exitDx=0;exitDy=0;entryX=0;entryY=0.25;entryDx=0;entryDy=0;strokeWidth=3;" parent="1" source="r_hasprod" target="e_prod" edge="1">
          <mxGeometry relative="1" as="geometry" />
        </mxCell>
        <mxCell id="ed_prod_hasvar" value="(0,N)" style="endArrow=none;html=1;edgeStyle=orthogonalEdgeStyle;fontSize=10;strokeColor=#000000;fontFamily=Times New Roman;exitX=1;exitY=0.25;exitDx=0;exitDy=0;entryX=0;entryY=0.5;entryDx=0;entryDy=0;" parent="1" source="e_prod" target="r_hasvar_outer" edge="1">
          <mxGeometry relative="1" as="geometry" />
        </mxCell>
        <mxCell id="ed_hasvar_pv" value="(1,1)" style="endArrow=none;html=1;edgeStyle=orthogonalEdgeStyle;fontSize=10;strokeColor=#000000;fontFamily=Times New Roman;shape=link;exitX=1;exitY=0.5;exitDx=0;exitDy=0;entryX=0;entryY=0.5;entryDx=0;entryDy=0;strokeWidth=3;" parent="1" source="r_hasvar_outer" target="e_pv_outer" edge="1">
          <mxGeometry relative="1" as="geometry" />
        </mxCell>
        <mxCell id="ed_merch_haswh" value="(0,N)" style="endArrow=none;html=1;edgeStyle=orthogonalEdgeStyle;fontSize=10;strokeColor=#000000;fontFamily=Times New Roman;exitX=0.2;exitY=0;exitDx=0;exitDy=0;entryX=0.5;entryY=0;entryDx=0;entryDy=0;" parent="1" source="e_merch_title" target="r_haswh" edge="1">
          <mxGeometry relative="1" as="geometry">
            <Array as="points">
              <mxPoint x="1720" y="876" />
              <mxPoint x="2858" y="876" />
            </Array>
          </mxGeometry>
        </mxCell>
        <mxCell id="ed_haswh_wh" value="(1,1)" style="endArrow=none;html=1;edgeStyle=orthogonalEdgeStyle;fontSize=10;strokeColor=#000000;fontFamily=Times New Roman;shape=link;exitX=1;exitY=0.5;exitDx=0;exitDy=0;entryX=0;entryY=0.25;entryDx=0;entryDy=0;strokeWidth=3;" parent="1" source="r_haswh" target="e_wh" edge="1">
          <mxGeometry relative="1" as="geometry" />
        </mxCell>
        <mxCell id="ed_merch_hascart" value="(0,N)" style="endArrow=none;html=1;edgeStyle=orthogonalEdgeStyle;fontSize=10;strokeColor=#000000;fontFamily=Times New Roman;exitX=0.5;exitY=0;exitDx=0;exitDy=0;entryX=0.5;entryY=0;entryDx=0;entryDy=0;" parent="1" source="e_merch_title" target="r_hascart" edge="1">
          <mxGeometry relative="1" as="geometry">
            <Array as="points">
              <mxPoint x="1810" y="880" />
              <mxPoint x="3265" y="880" />
            </Array>
          </mxGeometry>
        </mxCell>
        <mxCell id="ed_hascart_cart" value="(1,1)" style="endArrow=none;html=1;edgeStyle=orthogonalEdgeStyle;fontSize=10;strokeColor=#000000;fontFamily=Times New Roman;shape=link;exitX=1;exitY=0.5;exitDx=0;exitDy=0;entryX=0;entryY=0.25;entryDx=0;entryDy=0;strokeWidth=3;" parent="1" source="r_hascart" target="e_cart" edge="1">
          <mxGeometry relative="1" as="geometry" />
        </mxCell>
        <mxCell id="ed_merch_hasorder" value="(0,N)" style="endArrow=none;html=1;edgeStyle=orthogonalEdgeStyle;fontSize=10;strokeColor=#000000;fontFamily=Times New Roman;exitX=0.83;exitY=1;exitDx=0;exitDy=0;entryX=0.5;entryY=0;entryDx=0;entryDy=0;" parent="1" source="e_merch" target="r_hasorder" edge="1">
          <mxGeometry relative="1" as="geometry">
            <Array as="points">
              <mxPoint x="1910" y="1076" />
              <mxPoint x="3661" y="1076" />
            </Array>
          </mxGeometry>
        </mxCell>
        <mxCell id="ed_hasorder_ord" value="(1,1)" style="endArrow=none;html=1;edgeStyle=orthogonalEdgeStyle;fontSize=10;strokeColor=#000000;fontFamily=Times New Roman;shape=link;exitX=1;exitY=0.5;exitDx=0;exitDy=0;entryX=0;entryY=0.25;entryDx=0;entryDy=0;strokeWidth=3;" parent="1" source="r_hasorder" target="e_ord" edge="1">
          <mxGeometry relative="1" as="geometry" />
        </mxCell>
        <mxCell id="ed_ord_hasitem" value="(0,N)" style="endArrow=none;html=1;edgeStyle=orthogonalEdgeStyle;fontSize=10;strokeColor=#000000;fontFamily=Times New Roman;exitX=1;exitY=0.25;exitDx=0;exitDy=0;entryX=0;entryY=0.5;entryDx=0;entryDy=0;" parent="1" source="e_ord" target="r_hasitem_outer" edge="1">
          <mxGeometry relative="1" as="geometry" />
        </mxCell>
        <mxCell id="ed_hasitem_oi" value="(1,1)" style="endArrow=none;html=1;edgeStyle=orthogonalEdgeStyle;fontSize=10;strokeColor=#000000;fontFamily=Times New Roman;shape=link;exitX=1;exitY=0.5;exitDx=0;exitDy=0;entryX=0;entryY=0.5;entryDx=0;entryDy=0;strokeWidth=3;" parent="1" source="r_hasitem_outer" target="e_oi_outer" edge="1">
          <mxGeometry relative="1" as="geometry" />
        </mxCell>
        <mxCell id="ed_prod_catin" value="(0,N)" style="endArrow=none;html=1;edgeStyle=orthogonalEdgeStyle;fontSize=10;strokeColor=#000000;fontFamily=Times New Roman;exitX=0.5;exitY=1;exitDx=0;exitDy=0;entryX=0.5;entryY=0;entryDx=0;entryDy=0;" parent="1" source="e_prod" target="r_catin" edge="1">
          <mxGeometry relative="1" as="geometry" />
        </mxCell>
        <mxCell id="ed_catin_cat" value="(0,N)" style="endArrow=none;html=1;edgeStyle=orthogonalEdgeStyle;fontSize=10;strokeColor=#000000;fontFamily=Times New Roman;exitX=0.5;exitY=1;exitDx=0;exitDy=0;entryX=0.5;entryY=0;entryDx=0;entryDy=0;" parent="1" source="r_catin" target="e_cat_title" edge="1">
          <mxGeometry relative="1" as="geometry" />
        </mxCell>
        <mxCell id="ed_merch_hascat" value="(0,N)" style="endArrow=none;html=1;edgeStyle=orthogonalEdgeStyle;fontSize=10;strokeColor=#000000;fontFamily=Times New Roman;exitX=1;exitY=0.85;exitDx=0;exitDy=0;entryX=0;entryY=0.5;entryDx=0;entryDy=0;" parent="1" source="e_merch" target="r_hascat" edge="1">
          <mxGeometry relative="1" as="geometry">
            <Array as="points">
-               <mxPoint x="2000" y="1043" />
-               <mxPoint x="2000" y="1343" />
+               <mxPoint x="1960" y="1050" />
+               <mxPoint x="2000" y="1050" />
+               <mxPoint x="2000" y="1340" />
+               <mxPoint x="1990" y="1340" />
            </Array>
          </mxGeometry>
        </mxCell>
        <mxCell id="ed_hascat_cat" value="(1,1)" style="endArrow=none;html=1;edgeStyle=orthogonalEdgeStyle;fontSize=10;strokeColor=#000000;fontFamily=Times New Roman;shape=link;exitX=1;exitY=0.5;exitDx=0;exitDy=0;entryX=0;entryY=0.5;entryDx=0;entryDy=0;strokeWidth=3;" parent="1" source="r_hascat" target="e_cat" edge="1">
          <mxGeometry relative="1" as="geometry" />
        </mxCell>
        <mxCell id="ed_cat_parent" value="child&#xa;(0,1)" style="endArrow=none;html=1;edgeStyle=orthogonalEdgeStyle;fontSize=9;strokeColor=#000000;fontFamily=Times New Roman;exitX=1;exitY=0.3;exitDx=0;exitDy=0;entryX=0;entryY=0.5;entryDx=0;entryDy=0;" parent="1" source="e_cat" target="r_parentof" edge="1">
          <mxGeometry relative="1" as="geometry" />
        </mxCell>
        <mxCell id="ed_parentof_cat" value="parent&#xa;(0,N)" style="endArrow=none;html=1;edgeStyle=orthogonalEdgeStyle;fontSize=9;strokeColor=#000000;fontFamily=Times New Roman;exitX=0.5;exitY=1;exitDx=0;exitDy=0;entryX=1;entryY=0.85;entryDx=0;entryDy=0;" parent="1" source="r_parentof" target="e_cat" edge="1">
          <mxGeometry relative="1" as="geometry">
            <Array as="points">
              <mxPoint x="2565" y="1440" />
              <mxPoint x="2420" y="1440" />
            </Array>
          </mxGeometry>
        </mxCell>
        <mxCell id="ed_prod_stocked" value="(0,N)" style="endArrow=none;html=1;edgeStyle=orthogonalEdgeStyle;fontSize=10;strokeColor=#000000;fontFamily=Times New Roman;exitX=0.85;exitY=1;exitDx=0;exitDy=0;entryX=0;entryY=0.5;entryDx=0;entryDy=0;" parent="1" source="e_prod" target="r_stocked" edge="1">
          <mxGeometry relative="1" as="geometry">
            <Array as="points">
              <mxPoint x="2358" y="1100" />
              <mxPoint x="2358" y="1180" />
            </Array>
          </mxGeometry>
        </mxCell>
        <mxCell id="ed_pv_stocked" value="(0,N)" style="endArrow=none;html=1;edgeStyle=orthogonalEdgeStyle;fontSize=10;strokeColor=#000000;fontFamily=Times New Roman;exitX=0.5;exitY=1;exitDx=0;exitDy=0;entryX=0.5;entryY=0;entryDx=0;entryDy=0;" parent="1" source="e_pv_outer" target="r_stocked" edge="1">
          <mxGeometry relative="1" as="geometry" />
        </mxCell>
        <mxCell id="ed_wh_stocked" value="(0,N)" style="endArrow=none;html=1;edgeStyle=orthogonalEdgeStyle;fontSize=10;strokeColor=#000000;fontFamily=Times New Roman;exitX=0.15;exitY=1;exitDx=0;exitDy=0;entryX=1;entryY=0.5;entryDx=0;entryDy=0;" parent="1" source="e_wh" target="r_stocked" edge="1">
          <mxGeometry relative="1" as="geometry">
            <Array as="points">
              <mxPoint x="2942" y="1080" />
              <mxPoint x="2942" y="1180" />
            </Array>
          </mxGeometry>
        </mxCell>
        <mxCell id="ed_cart_ci" value="(0,N)" style="endArrow=none;html=1;edgeStyle=orthogonalEdgeStyle;fontSize=10;strokeColor=#000000;fontFamily=Times New Roman;exitX=0.5;exitY=0;exitDx=0;exitDy=0;entryX=1;entryY=0.5;entryDx=0;entryDy=0;" parent="1" source="e_cart_title" target="r_cartitems" edge="1">
          <mxGeometry relative="1" as="geometry">
            <Array as="points">
-               <mxPoint x="3460" y="850" />
-               <mxPoint x="3190" y="850" />
-               <mxPoint x="3190" y="843" />
+               <mxPoint x="3460" y="870" />
+               <mxPoint x="3190" y="870" />
            </Array>
          </mxGeometry>
        </mxCell>
        <mxCell id="ed_pv_ci" value="(0,N)" style="endArrow=none;html=1;edgeStyle=orthogonalEdgeStyle;fontSize=10;strokeColor=#000000;fontFamily=Times New Roman;exitX=0.5;exitY=0;exitDx=0;exitDy=0;entryX=0;entryY=0.5;entryDx=0;entryDy=0;" parent="1" source="e_pv_title" target="r_cartitems" edge="1">
          <mxGeometry relative="1" as="geometry">
            <Array as="points">
              <mxPoint x="2670" y="850" />
              <mxPoint x="3060" y="850" />
              <mxPoint x="3060" y="843" />
            </Array>
          </mxGeometry>
        </mxCell>
        <mxCell id="ed_pv_refsvar" value="(0,N)" style="endArrow=none;html=1;edgeStyle=orthogonalEdgeStyle;fontSize=10;strokeColor=#000000;fontFamily=Times New Roman;exitX=0.5;exitY=0;exitDx=0;exitDy=0;entryX=0.5;entryY=0;entryDx=0;entryDy=0;" parent="1" source="e_pv_title" target="r_refsvar" edge="1">
          <mxGeometry relative="1" as="geometry">
            <Array as="points">
              <mxPoint x="2670" y="788" />
              <mxPoint x="3820" y="788" />
            </Array>
          </mxGeometry>
        </mxCell>
        <mxCell id="ed_refsvar_oi" value="(1,1)" style="endArrow=none;html=1;edgeStyle=orthogonalEdgeStyle;fontSize=10;strokeColor=#000000;fontFamily=Times New Roman;shape=link;exitX=1;exitY=0.5;exitDx=0;exitDy=0;entryX=0.5;entryY=0;entryDx=0;entryDy=0;strokeWidth=3;" parent="1" source="r_refsvar" target="e_oi_title" edge="1">
          <mxGeometry relative="1" as="geometry">
            <Array as="points">
              <mxPoint x="3920" y="840" />
              <mxPoint x="4305" y="840" />
            </Array>
          </mxGeometry>
        </mxCell>
        <mxCell id="ed_cust_ownscart" value="(0,N)" style="endArrow=none;html=1;edgeStyle=orthogonalEdgeStyle;fontSize=10;strokeColor=#000000;fontFamily=Times New Roman;exitX=1;exitY=0.5;exitDx=0;exitDy=0;entryX=0;entryY=0.5;entryDx=0;entryDy=0;" parent="1" source="e_cust" target="r_ownscart" edge="1">
          <mxGeometry relative="1" as="geometry">
            <Array as="points">
              <mxPoint x="860" y="1329" />
              <mxPoint x="860" y="1460" />
              <mxPoint x="3140" y="1460" />
              <mxPoint x="3140" y="1147" />
            </Array>
          </mxGeometry>
        </mxCell>
        <mxCell id="ed_ownscart_cart" value="(0,1)" style="endArrow=none;html=1;edgeStyle=orthogonalEdgeStyle;fontSize=10;strokeColor=#000000;fontFamily=Times New Roman;exitX=1;exitY=0.5;exitDx=0;exitDy=0;entryX=0;entryY=0.85;entryDx=0;entryDy=0;" parent="1" source="r_ownscart" target="e_cart" edge="1">
          <mxGeometry relative="1" as="geometry" />
        </mxCell>
        <mxCell id="ed_cust_places" value="(0,N)" style="endArrow=none;html=1;edgeStyle=orthogonalEdgeStyle;fontSize=10;strokeColor=#000000;fontFamily=Times New Roman;exitX=1;exitY=0.5;exitDx=0;exitDy=0;entryX=0;entryY=0.5;entryDx=0;entryDy=0;" parent="1" source="e_cust" target="r_places" edge="1">
          <mxGeometry relative="1" as="geometry">
            <Array as="points">
              <mxPoint x="860" y="1329" />
              <mxPoint x="860" y="1480" />
              <mxPoint x="3500" y="1480" />
              <mxPoint x="3500" y="1147" />
            </Array>
          </mxGeometry>
        </mxCell>
        <mxCell id="ed_places_ord" value="(1,1)" style="endArrow=none;html=1;edgeStyle=orthogonalEdgeStyle;fontSize=10;strokeColor=#000000;fontFamily=Times New Roman;shape=link;exitX=1;exitY=0.5;exitDx=0;exitDy=0;entryX=0;entryY=0.85;entryDx=0;entryDy=0;strokeWidth=3;" parent="1" source="r_places" target="e_ord" edge="1">
          <mxGeometry relative="1" as="geometry" />
        </mxCell>
        <mxCell id="ed_ord_haspay" value="(0,N)" style="endArrow=none;html=1;edgeStyle=orthogonalEdgeStyle;fontSize=10;strokeColor=#000000;fontFamily=Times New Roman;exitX=0.25;exitY=1;exitDx=0;exitDy=0;entryX=0.5;entryY=0;entryDx=0;entryDy=0;" parent="1" source="e_ord" target="r_haspay" edge="1">
          <mxGeometry relative="1" as="geometry" />
        </mxCell>
        <mxCell id="ed_haspay_pay" value="(1,1)" style="endArrow=none;html=1;edgeStyle=orthogonalEdgeStyle;fontSize=10;strokeColor=#000000;fontFamily=Times New Roman;shape=link;exitX=0.5;exitY=1;exitDx=0;exitDy=0;entryX=0.5;entryY=0;entryDx=0;entryDy=0;strokeWidth=3;" parent="1" source="r_haspay" target="e_pay_title" edge="1">
          <mxGeometry relative="1" as="geometry" />
        </mxCell>
        <mxCell id="ed_ord_hasship" value="(0,N)" style="endArrow=none;html=1;edgeStyle=orthogonalEdgeStyle;fontSize=10;strokeColor=#000000;fontFamily=Times New Roman;exitX=0.75;exitY=1;exitDx=0;exitDy=0;entryX=0.5;entryY=0;entryDx=0;entryDy=0;" parent="1" source="e_ord" target="r_hasship" edge="1">
          <mxGeometry relative="1" as="geometry">
            <Array as="points">
              <mxPoint x="3960" y="1100" />
              <mxPoint x="4265" y="1100" />
            </Array>
          </mxGeometry>
        </mxCell>
        <mxCell id="ed_hasship_ship" value="(1,1)" style="endArrow=none;html=1;edgeStyle=orthogonalEdgeStyle;fontSize=10;strokeColor=#000000;fontFamily=Times New Roman;exitX=0.5;exitY=1;exitDx=0;exitDy=0;entryX=0.5;entryY=0;entryDx=0;entryDy=0;strokeWidth=3;" parent="1" source="r_hasship" target="e_ship_title" edge="1">
          <mxGeometry relative="1" as="geometry" />
        </mxCell>
        <mxCell id="ed_wh_shipsfrom" value="(0,N)" style="endArrow=none;html=1;edgeStyle=orthogonalEdgeStyle;fontSize=10;strokeColor=#000000;fontFamily=Times New Roman;exitX=0.5;exitY=1;exitDx=0;exitDy=0;entryX=0;entryY=0.5;entryDx=0;entryDy=0;" parent="1" source="e_wh" target="r_shipsfrom" edge="1">
          <mxGeometry relative="1" as="geometry">
            <Array as="points">
              <mxPoint x="3040" y="1440" />
              <mxPoint x="3040" y="1590" />
            </Array>
          </mxGeometry>
        </mxCell>
        <mxCell id="ed_shipsfrom_ship" value="(1,1)" style="endArrow=none;html=1;edgeStyle=orthogonalEdgeStyle;fontSize=10;strokeColor=#000000;fontFamily=Times New Roman;shape=link;exitX=0.5;exitY=1;exitDx=0;exitDy=0;entryX=0.5;entryY=1;entryDx=0;entryDy=0;strokeWidth=3;" parent="1" source="r_shipsfrom" target="e_ship" edge="1">
          <mxGeometry relative="1" as="geometry">
            <Array as="points">
              <mxPoint x="3460" y="1690" />
              <mxPoint x="4280" y="1690" />
            </Array>
          </mxGeometry>
        </mxCell>
        <mxCell id="ed_prod_about" value="(0,N)" style="endArrow=none;html=1;edgeStyle=orthogonalEdgeStyle;fontSize=10;strokeColor=#000000;fontFamily=Times New Roman;exitX=0;exitY=0.8;exitDx=0;exitDy=0;entryX=0.5;entryY=0;entryDx=0;entryDy=0;" parent="1" source="e_prod" target="r_about" edge="1">
          <mxGeometry relative="1" as="geometry">
            <Array as="points">
-               <mxPoint x="1970" y="1010" />
+               <mxPoint x="2120" y="1030" />
+               <mxPoint x="1970" y="1030" />
              <mxPoint x="1970" y="1960" />
              <mxPoint x="1880" y="1960" />
+               <mxPoint x="1880" y="2000" />
            </Array>
          </mxGeometry>
        </mxCell>
        <mxCell id="ed_about_rev" value="(1,1)" style="endArrow=none;html=1;edgeStyle=orthogonalEdgeStyle;fontSize=10;strokeColor=#000000;fontFamily=Times New Roman;shape=link;exitX=0.5;exitY=1;exitDx=0;exitDy=0;entryX=0.75;entryY=0;entryDx=0;entryDy=0;strokeWidth=3;" parent="1" source="r_about" target="e_rev_title" edge="1">
-           <mxGeometry relative="1" as="geometry" />
+           <mxGeometry relative="1" as="geometry">
+             <Array as="points">
+               <mxPoint x="1980" y="2090" />
+               <mxPoint x="1940" y="2090" />
+               <mxPoint x="1940" y="2120" />
+             </Array>
+           </mxGeometry>
        </mxCell>
        <mxCell id="ed_cust_writtenby" value="(0,N)" style="endArrow=none;html=1;edgeStyle=orthogonalEdgeStyle;fontSize=10;strokeColor=#000000;fontFamily=Times New Roman;exitX=0.5;exitY=1;exitDx=0;exitDy=0;entryX=0.5;entryY=0;entryDx=0;entryDy=0;" parent="1" source="e_cust" target="r_writtenby" edge="1">
          <mxGeometry relative="1" as="geometry">
            <Array as="points">
              <mxPoint x="740" y="1500" />
              <mxPoint x="740" y="1980" />
              <mxPoint x="1540" y="1980" />
            </Array>
          </mxGeometry>
        </mxCell>
        <mxCell id="ed_writtenby_rev" value="(1,1)" style="endArrow=none;html=1;edgeStyle=orthogonalEdgeStyle;fontSize=10;strokeColor=#000000;fontFamily=Times New Roman;shape=link;exitX=0.5;exitY=1;exitDx=0;exitDy=0;entryX=0.25;entryY=0;entryDx=0;entryDy=0;strokeWidth=3;" parent="1" source="r_writtenby" target="e_rev_title" edge="1">
-           <mxGeometry relative="1" as="geometry" />
+           <mxGeometry relative="1" as="geometry">
+             <Array as="points">
+               <mxPoint x="1540" y="2090" />
+               <mxPoint x="1720" y="2090" />
+               <mxPoint x="1720" y="2120" />
+             </Array>
+           </mxGeometry>
        </mxCell>
        <mxCell id="ed_disc_applied" value="(0,N)" style="endArrow=none;html=1;edgeStyle=orthogonalEdgeStyle;fontSize=10;strokeColor=#000000;fontFamily=Times New Roman;exitX=0.75;exitY=0;exitDx=0;exitDy=0;entryX=0.5;entryY=1;entryDx=0;entryDy=0;" parent="1" source="e_disc_title" target="r_applied" edge="1">
          <mxGeometry relative="1" as="geometry" />
        </mxCell>
        <mxCell id="ed_ord_applied" value="(0,N)" style="endArrow=none;html=1;edgeStyle=orthogonalEdgeStyle;fontSize=10;strokeColor=#000000;fontFamily=Times New Roman;exitX=0.05;exitY=1;exitDx=0;exitDy=0;entryX=0.5;entryY=0;entryDx=0;entryDy=0;" parent="1" source="e_ord" target="r_applied" edge="1">
          <mxGeometry relative="1" as="geometry">
            <Array as="points">
              <mxPoint x="3736" y="1500" />
              <mxPoint x="2640" y="1500" />
              <mxPoint x="2640" y="1980" />
            </Array>
          </mxGeometry>
        </mxCell>
        <mxCell id="ed_users_logs" value="(0,N)" style="endArrow=none;html=1;edgeStyle=orthogonalEdgeStyle;fontSize=10;strokeColor=#000000;fontFamily=Times New Roman;exitX=0.5;exitY=1;exitDx=0;exitDy=0;entryX=0.5;entryY=0;entryDx=0;entryDy=0;" parent="1" source="e_users" target="r_logs" edge="1">
          <mxGeometry relative="1" as="geometry">
            <Array as="points">
              <mxPoint x="830" y="1110" />
              <mxPoint x="1320" y="1110" />
              <mxPoint x="1320" y="1960" />
              <mxPoint x="3175" y="1960" />
            </Array>
          </mxGeometry>
        </mxCell>
        <mxCell id="ed_logs_log" value="(0,1)" style="endArrow=none;html=1;edgeStyle=orthogonalEdgeStyle;fontSize=10;strokeColor=#000000;fontFamily=Times New Roman;exitX=0.5;exitY=1;exitDx=0;exitDy=0;entryX=0.5;entryY=0;entryDx=0;entryDy=0;" parent="1" source="r_logs" target="e_log_title" edge="1">
          <mxGeometry relative="1" as="geometry" />
        </mxCell>
+         <mxCell id="3" value="HAS_VARIANT" style="rhombus;whiteSpace=wrap;html=1;fillColor=#ffffff;strokeColor=#000000;fontSize=9;fontFamily=Times New Roman" vertex="1" parent="1">
+           <mxGeometry x="2432" y="947.5" width="94" height="39" as="geometry" />
+         </mxCell>
      </root>
    </mxGraphModel>
  </diagram>
</mxfile>
